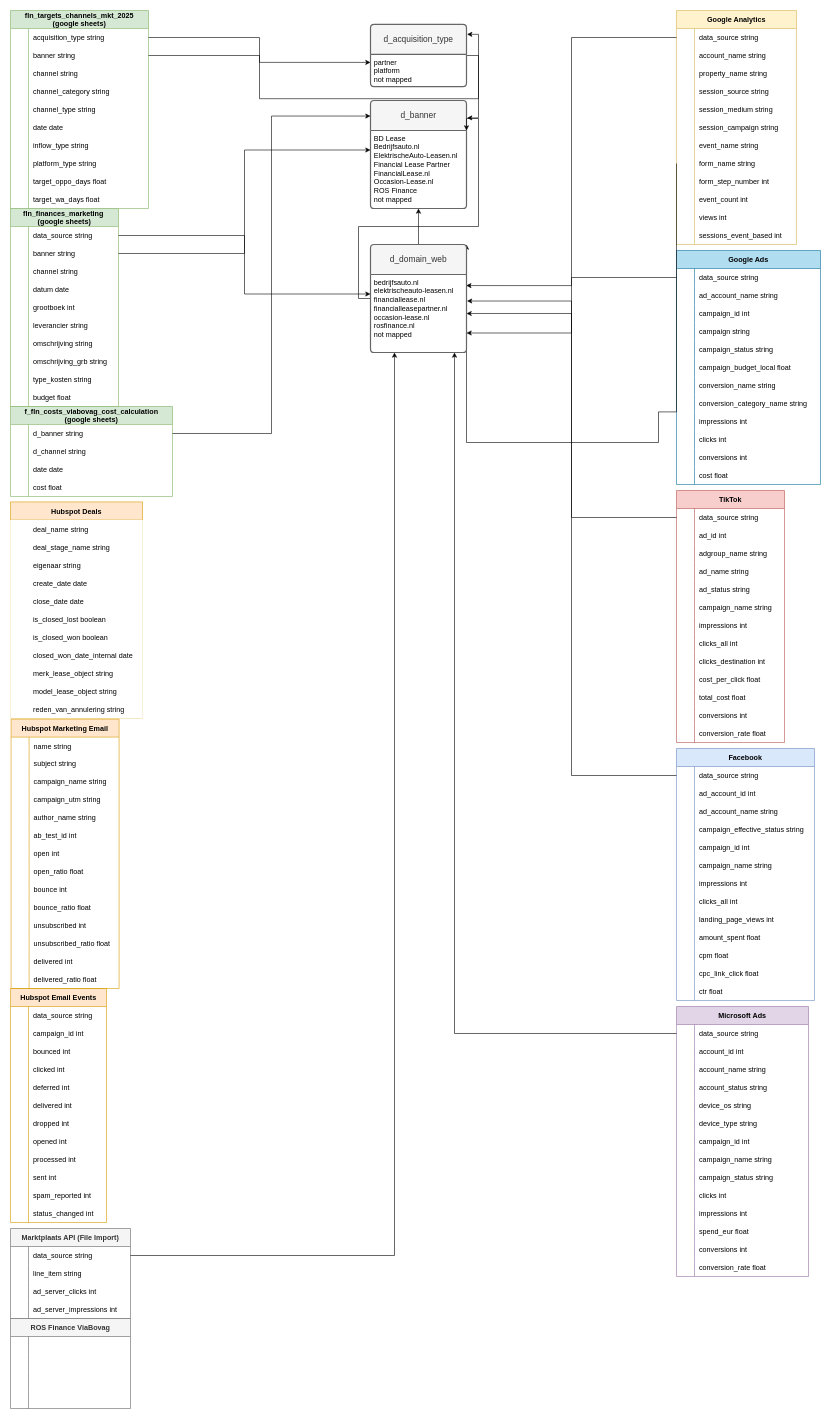
This is funnel_mapping.drawio from YveTDS/Draw_io, a draw.io file, before an edit. Source tidied: cells renumbered, new cells numbered last; positions are measured from the earlier drawing's top-left corner, leaving out a move shared by most shapes. Both pictures are drawn from the tidied source at 60%, with x=0, y=0 at pixel (10, 10).
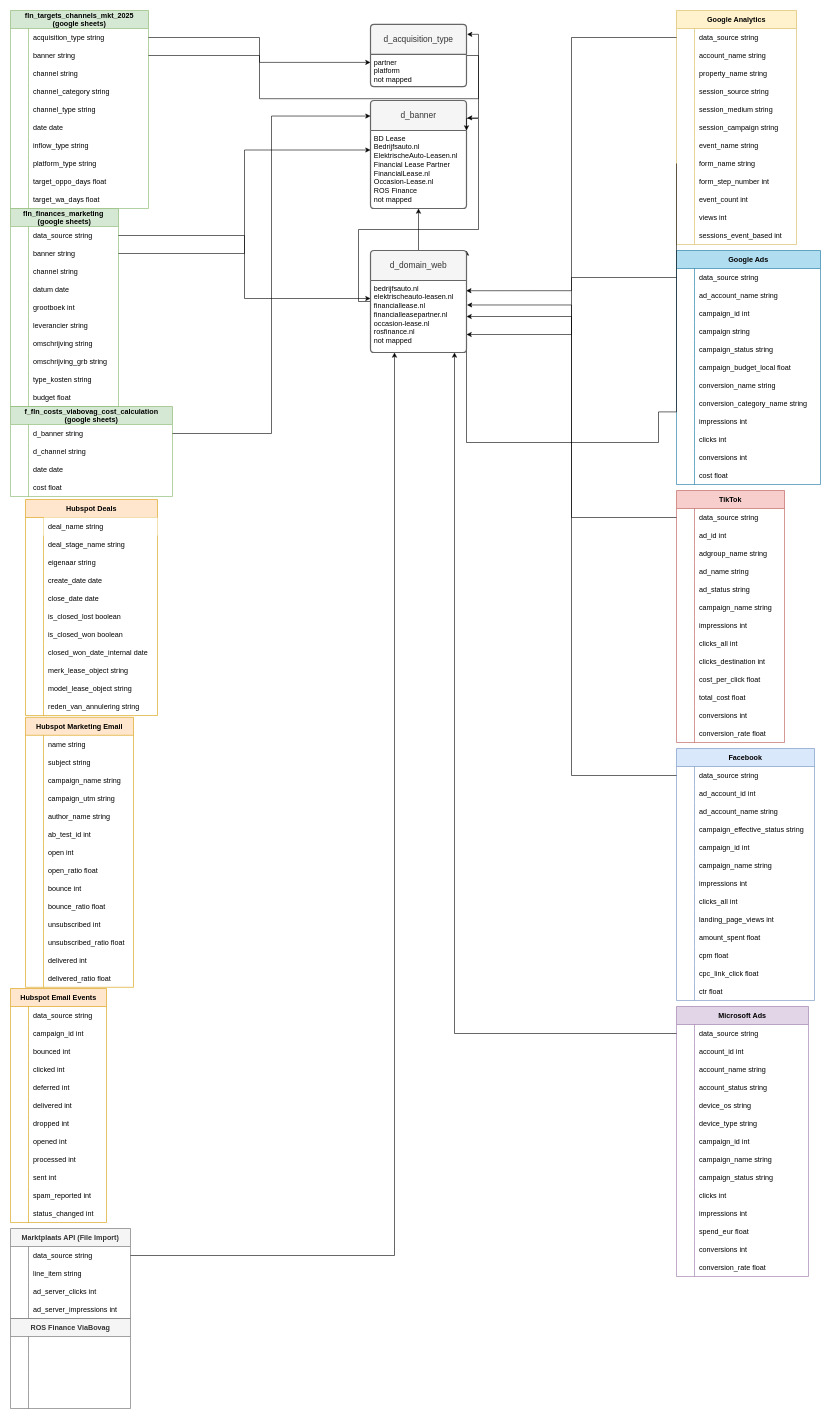
Above is the later version.

The edit, as a diff of the source:
```diff
@@
     <mxCell id="302" value="Hubspot Deals" style="shape=table;startSize=30;childLayout=tableLayout;rowLines=0;fontStyle=1;align=center;fillColor=#ffe6cc;strokeColor=#d79b00;" parent="1" vertex="1">
-      <mxGeometry y="819" width="220" height="360" as="geometry" />
+      <mxGeometry x="25" y="815" width="220" height="360" as="geometry" />
     </mxCell>
-    <mxCell id="303" style="shape=tableRow;horizontal=0;startSize=0;swimlaneHead=0;swimlaneBody=0;top=0;left=0;right=0;bottom=0;" parent="302" vertex="1">
+    <mxCell id="303" style="shape=tableRow;horizontal=0;startSize=0;swimlaneHead=0;swimlaneBody=0;fillColor=none;strokeColor=inherit;top=0;left=0;right=0;bottom=0;" parent="302" vertex="1">
       <mxGeometry y="30" width="220" height="30" as="geometry" />
     </mxCell>
-    <mxCell id="304" style="shape=partialRectangle;overflow=hidden;top=0;left=0;bottom=0;right=0;" parent="303" vertex="1">
+    <mxCell id="304" style="shape=partialRectangle;overflow=hidden;fillColor=none;strokeColor=inherit;top=0;left=0;bottom=0;right=0;" parent="303" vertex="1">
       <mxGeometry width="30" height="30" as="geometry" />
     </mxCell>
@@
-    <mxCell id="306" style="shape=tableRow;horizontal=0;startSize=0;swimlaneHead=0;swimlaneBody=0;top=0;left=0;right=0;bottom=0;" parent="302" vertex="1">
+    <mxCell id="306" style="shape=tableRow;horizontal=0;startSize=0;swimlaneHead=0;swimlaneBody=0;fillColor=none;strokeColor=inherit;top=0;left=0;right=0;bottom=0;" parent="302" vertex="1">
       <mxGeometry y="60" width="220" height="30" as="geometry" />
     </mxCell>
-    <mxCell id="307" style="shape=partialRectangle;overflow=hidden;top=0;left=0;bottom=0;right=0;" parent="306" vertex="1">
+    <mxCell id="307" style="shape=partialRectangle;overflow=hidden;fillColor=none;strokeColor=inherit;top=0;left=0;bottom=0;right=0;" parent="306" vertex="1">
       <mxGeometry width="30" height="30" as="geometry" />
     </mxCell>
-    <mxCell id="308" value="deal_stage_name string" style="shape=partialRectangle;overflow=hidden;align=left;top=0;left=0;bottom=0;right=0;spacingLeft=6;" parent="306" vertex="1">
+    <mxCell id="308" value="deal_stage_name string" style="shape=partialRectangle;overflow=hidden;fillColor=none;align=left;strokeColor=inherit;top=0;left=0;bottom=0;right=0;spacingLeft=6;" parent="306" vertex="1">
       <mxGeometry x="30" width="190" height="30" as="geometry" />
     </mxCell>
-    <mxCell id="309" style="shape=tableRow;horizontal=0;startSize=0;swimlaneHead=0;swimlaneBody=0;top=0;left=0;right=0;bottom=0;" parent="302" vertex="1">
+    <mxCell id="309" style="shape=tableRow;horizontal=0;startSize=0;swimlaneHead=0;swimlaneBody=0;fillColor=none;strokeColor=inherit;top=0;left=0;right=0;bottom=0;" parent="302" vertex="1">
       <mxGeometry y="90" width="220" height="30" as="geometry" />
     </mxCell>
-    <mxCell id="310" style="shape=partialRectangle;overflow=hidden;top=0;left=0;bottom=0;right=0;" parent="309" vertex="1">
+    <mxCell id="310" style="shape=partialRectangle;overflow=hidden;fillColor=none;strokeColor=inherit;top=0;left=0;bottom=0;right=0;" parent="309" vertex="1">
       <mxGeometry width="30" height="30" as="geometry" />
     </mxCell>
-    <mxCell id="311" value="eigenaar string" style="shape=partialRectangle;overflow=hidden;align=left;top=0;left=0;bottom=0;right=0;spacingLeft=6;" parent="309" vertex="1">
+    <mxCell id="311" value="eigenaar string" style="shape=partialRectangle;overflow=hidden;fillColor=none;align=left;strokeColor=inherit;top=0;left=0;bottom=0;right=0;spacingLeft=6;" parent="309" vertex="1">
       <mxGeometry x="30" width="190" height="30" as="geometry" />
     </mxCell>
-    <mxCell id="312" style="shape=tableRow;horizontal=0;startSize=0;swimlaneHead=0;swimlaneBody=0;top=0;left=0;right=0;bottom=0;" parent="302" vertex="1">
+    <mxCell id="312" style="shape=tableRow;horizontal=0;startSize=0;swimlaneHead=0;swimlaneBody=0;fillColor=none;strokeColor=inherit;top=0;left=0;right=0;bottom=0;" parent="302" vertex="1">
       <mxGeometry y="120" width="220" height="30" as="geometry" />
     </mxCell>
-    <mxCell id="313" style="shape=partialRectangle;overflow=hidden;top=0;left=0;bottom=0;right=0;" parent="312" vertex="1">
+    <mxCell id="313" style="shape=partialRectangle;overflow=hidden;fillColor=none;strokeColor=inherit;top=0;left=0;bottom=0;right=0;" parent="312" vertex="1">
       <mxGeometry width="30" height="30" as="geometry" />
     </mxCell>
-    <mxCell id="314" value="create_date date" style="shape=partialRectangle;overflow=hidden;align=left;top=0;left=0;bottom=0;right=0;spacingLeft=6;" parent="312" vertex="1">
+    <mxCell id="314" value="create_date date" style="shape=partialRectangle;overflow=hidden;fillColor=none;align=left;strokeColor=inherit;top=0;left=0;bottom=0;right=0;spacingLeft=6;" parent="312" vertex="1">
       <mxGeometry x="30" width="190" height="30" as="geometry" />
     </mxCell>
-    <mxCell id="315" style="shape=tableRow;horizontal=0;startSize=0;swimlaneHead=0;swimlaneBody=0;top=0;left=0;right=0;bottom=0;" parent="302" vertex="1">
+    <mxCell id="315" style="shape=tableRow;horizontal=0;startSize=0;swimlaneHead=0;swimlaneBody=0;fillColor=none;strokeColor=inherit;top=0;left=0;right=0;bottom=0;" parent="302" vertex="1">
       <mxGeometry y="150" width="220" height="30" as="geometry" />
     </mxCell>
-    <mxCell id="316" style="shape=partialRectangle;overflow=hidden;top=0;left=0;bottom=0;right=0;" parent="315" vertex="1">
+    <mxCell id="316" style="shape=partialRectangle;overflow=hidden;fillColor=none;strokeColor=inherit;top=0;left=0;bottom=0;right=0;" parent="315" vertex="1">
       <mxGeometry width="30" height="30" as="geometry" />
     </mxCell>
-    <mxCell id="317" value="close_date date" style="shape=partialRectangle;overflow=hidden;align=left;top=0;left=0;bottom=0;right=0;spacingLeft=6;" parent="315" vertex="1">
+    <mxCell id="317" value="close_date date" style="shape=partialRectangle;overflow=hidden;fillColor=none;align=left;strokeColor=inherit;top=0;left=0;bottom=0;right=0;spacingLeft=6;" parent="315" vertex="1">
       <mxGeometry x="30" width="190" height="30" as="geometry" />
     </mxCell>
-    <mxCell id="318" style="shape=tableRow;horizontal=0;startSize=0;swimlaneHead=0;swimlaneBody=0;top=0;left=0;right=0;bottom=0;" parent="302" vertex="1">
+    <mxCell id="318" style="shape=tableRow;horizontal=0;startSize=0;swimlaneHead=0;swimlaneBody=0;fillColor=none;strokeColor=inherit;top=0;left=0;right=0;bottom=0;" parent="302" vertex="1">
       <mxGeometry y="180" width="220" height="30" as="geometry" />
     </mxCell>
-    <mxCell id="319" style="shape=partialRectangle;overflow=hidden;top=0;left=0;bottom=0;right=0;" parent="318" vertex="1">
+    <mxCell id="319" style="shape=partialRectangle;overflow=hidden;fillColor=none;strokeColor=inherit;top=0;left=0;bottom=0;right=0;" parent="318" vertex="1">
       <mxGeometry width="30" height="30" as="geometry" />
     </mxCell>
-    <mxCell id="320" value="is_closed_lost boolean" style="shape=partialRectangle;overflow=hidden;align=left;top=0;left=0;bottom=0;right=0;spacingLeft=6;" parent="318" vertex="1">
+    <mxCell id="320" value="is_closed_lost boolean" style="shape=partialRectangle;overflow=hidden;fillColor=none;align=left;strokeColor=inherit;top=0;left=0;bottom=0;right=0;spacingLeft=6;" parent="318" vertex="1">
       <mxGeometry x="30" width="190" height="30" as="geometry" />
     </mxCell>
-    <mxCell id="321" style="shape=tableRow;horizontal=0;startSize=0;swimlaneHead=0;swimlaneBody=0;top=0;left=0;right=0;bottom=0;" parent="302" vertex="1">
+    <mxCell id="321" style="shape=tableRow;horizontal=0;startSize=0;swimlaneHead=0;swimlaneBody=0;fillColor=none;strokeColor=inherit;top=0;left=0;right=0;bottom=0;" parent="302" vertex="1">
       <mxGeometry y="210" width="220" height="30" as="geometry" />
     </mxCell>
-    <mxCell id="322" style="shape=partialRectangle;overflow=hidden;top=0;left=0;bottom=0;right=0;" parent="321" vertex="1">
+    <mxCell id="322" style="shape=partialRectangle;overflow=hidden;fillColor=none;strokeColor=inherit;top=0;left=0;bottom=0;right=0;" parent="321" vertex="1">
       <mxGeometry width="30" height="30" as="geometry" />
     </mxCell>
-    <mxCell id="323" value="is_closed_won boolean" style="shape=partialRectangle;overflow=hidden;align=left;top=0;left=0;bottom=0;right=0;spacingLeft=6;" parent="321" vertex="1">
+    <mxCell id="323" value="is_closed_won boolean" style="shape=partialRectangle;overflow=hidden;fillColor=none;align=left;strokeColor=inherit;top=0;left=0;bottom=0;right=0;spacingLeft=6;" parent="321" vertex="1">
       <mxGeometry x="30" width="190" height="30" as="geometry" />
     </mxCell>
-    <mxCell id="324" style="shape=tableRow;horizontal=0;startSize=0;swimlaneHead=0;swimlaneBody=0;top=0;left=0;right=0;bottom=0;" parent="302" vertex="1">
+    <mxCell id="324" style="shape=tableRow;horizontal=0;startSize=0;swimlaneHead=0;swimlaneBody=0;fillColor=none;strokeColor=inherit;top=0;left=0;right=0;bottom=0;" parent="302" vertex="1">
       <mxGeometry y="240" width="220" height="30" as="geometry" />
     </mxCell>
-    <mxCell id="325" style="shape=partialRectangle;overflow=hidden;top=0;left=0;bottom=0;right=0;" parent="324" vertex="1">
+    <mxCell id="325" style="shape=partialRectangle;overflow=hidden;fillColor=none;strokeColor=inherit;top=0;left=0;bottom=0;right=0;" parent="324" vertex="1">
       <mxGeometry width="30" height="30" as="geometry" />
     </mxCell>
-    <mxCell id="326" value="closed_won_date_internal date" style="shape=partialRectangle;overflow=hidden;align=left;top=0;left=0;bottom=0;right=0;spacingLeft=6;" parent="324" vertex="1">
+    <mxCell id="326" value="closed_won_date_internal date" style="shape=partialRectangle;overflow=hidden;fillColor=none;align=left;strokeColor=inherit;top=0;left=0;bottom=0;right=0;spacingLeft=6;" parent="324" vertex="1">
       <mxGeometry x="30" width="190" height="30" as="geometry" />
     </mxCell>
-    <mxCell id="327" style="shape=tableRow;horizontal=0;startSize=0;swimlaneHead=0;swimlaneBody=0;top=0;left=0;right=0;bottom=0;" parent="302" vertex="1">
+    <mxCell id="327" style="shape=tableRow;horizontal=0;startSize=0;swimlaneHead=0;swimlaneBody=0;fillColor=none;strokeColor=inherit;top=0;left=0;right=0;bottom=0;" parent="302" vertex="1">
       <mxGeometry y="270" width="220" height="30" as="geometry" />
     </mxCell>
-    <mxCell id="328" style="shape=partialRectangle;overflow=hidden;top=0;left=0;bottom=0;right=0;" parent="327" vertex="1">
+    <mxCell id="328" style="shape=partialRectangle;overflow=hidden;fillColor=none;strokeColor=inherit;top=0;left=0;bottom=0;right=0;" parent="327" vertex="1">
       <mxGeometry width="30" height="30" as="geometry" />
     </mxCell>
-    <mxCell id="329" value="merk_lease_object string" style="shape=partialRectangle;overflow=hidden;align=left;top=0;left=0;bottom=0;right=0;spacingLeft=6;" parent="327" vertex="1">
+    <mxCell id="329" value="merk_lease_object string" style="shape=partialRectangle;overflow=hidden;fillColor=none;align=left;strokeColor=inherit;top=0;left=0;bottom=0;right=0;spacingLeft=6;" parent="327" vertex="1">
       <mxGeometry x="30" width="190" height="30" as="geometry" />
     </mxCell>
-    <mxCell id="330" style="shape=tableRow;horizontal=0;startSize=0;swimlaneHead=0;swimlaneBody=0;top=0;left=0;right=0;bottom=0;" parent="302" vertex="1">
+    <mxCell id="330" style="shape=tableRow;horizontal=0;startSize=0;swimlaneHead=0;swimlaneBody=0;fillColor=none;strokeColor=inherit;top=0;left=0;right=0;bottom=0;" parent="302" vertex="1">
       <mxGeometry y="300" width="220" height="30" as="geometry" />
     </mxCell>
-    <mxCell id="331" style="shape=partialRectangle;overflow=hidden;top=0;left=0;bottom=0;right=0;" parent="330" vertex="1">
+    <mxCell id="331" style="shape=partialRectangle;overflow=hidden;fillColor=none;strokeColor=inherit;top=0;left=0;bottom=0;right=0;" parent="330" vertex="1">
       <mxGeometry width="30" height="30" as="geometry" />
     </mxCell>
-    <mxCell id="332" value="model_lease_object string" style="shape=partialRectangle;overflow=hidden;align=left;top=0;left=0;bottom=0;right=0;spacingLeft=6;" parent="330" vertex="1">
+    <mxCell id="332" value="model_lease_object string" style="shape=partialRectangle;overflow=hidden;fillColor=none;align=left;strokeColor=inherit;top=0;left=0;bottom=0;right=0;spacingLeft=6;" parent="330" vertex="1">
       <mxGeometry x="30" width="190" height="30" as="geometry" />
     </mxCell>
-    <mxCell id="333" style="shape=tableRow;horizontal=0;startSize=0;swimlaneHead=0;swimlaneBody=0;top=0;left=0;right=0;bottom=0;" parent="302" vertex="1">
+    <mxCell id="333" style="shape=tableRow;horizontal=0;startSize=0;swimlaneHead=0;swimlaneBody=0;fillColor=none;strokeColor=inherit;top=0;left=0;right=0;bottom=0;" parent="302" vertex="1">
       <mxGeometry y="330" width="220" height="30" as="geometry" />
     </mxCell>
-    <mxCell id="334" style="shape=partialRectangle;overflow=hidden;top=0;left=0;bottom=0;right=0;" parent="333" vertex="1">
+    <mxCell id="334" style="shape=partialRectangle;overflow=hidden;fillColor=none;strokeColor=inherit;top=0;left=0;bottom=0;right=0;" parent="333" vertex="1">
       <mxGeometry width="30" height="30" as="geometry" />
     </mxCell>
-    <mxCell id="335" value="reden_van_annulering string" style="shape=partialRectangle;overflow=hidden;align=left;top=0;left=0;bottom=0;right=0;spacingLeft=6;" parent="333" vertex="1">
+    <mxCell id="335" value="reden_van_annulering string" style="shape=partialRectangle;overflow=hidden;fillColor=none;align=left;strokeColor=inherit;top=0;left=0;bottom=0;right=0;spacingLeft=6;" parent="333" vertex="1">
       <mxGeometry x="30" width="190" height="30" as="geometry" />
     </mxCell>
@@
     <mxCell id="373" value="Hubspot Marketing Email" style="shape=table;startSize=30;childLayout=tableLayout;rowLines=0;fontStyle=1;align=center;fillColor=#ffe6cc;strokeColor=#d79b00;" parent="1" vertex="1">
-      <mxGeometry x="1" y="1181" width="180" height="449" as="geometry" />
+      <mxGeometry x="25" y="1178" width="180" height="450" as="geometry" />
     </mxCell>
     <mxCell id="374" style="shape=tableRow;horizontal=0;startSize=0;swimlaneHead=0;swimlaneBody=0;fillColor=none;strokeColor=inherit;top=0;left=0;right=0;bottom=0;" parent="373" vertex="1">
-      <mxGeometry y="30" width="180" height="29" as="geometry" />
+      <mxGeometry y="30" width="180" height="30" as="geometry" />
     </mxCell>
     <mxCell id="375" style="shape=partialRectangle;overflow=hidden;fillColor=none;strokeColor=inherit;top=0;left=0;bottom=0;right=0;" parent="374" vertex="1">
-      <mxGeometry width="30" height="29" as="geometry" />
+      <mxGeometry width="30" height="30" as="geometry" />
     </mxCell>
     <mxCell id="376" value="name string" style="shape=partialRectangle;overflow=hidden;fillColor=none;align=left;strokeColor=inherit;top=0;left=0;bottom=0;right=0;spacingLeft=6;" parent="374" vertex="1">
-      <mxGeometry x="30" width="150" height="29" as="geometry" />
+      <mxGeometry x="30" width="150" height="30" as="geometry" />
     </mxCell>
     <mxCell id="377" style="shape=tableRow;horizontal=0;startSize=0;swimlaneHead=0;swimlaneBody=0;fillColor=none;strokeColor=inherit;top=0;left=0;right=0;bottom=0;" parent="373" vertex="1">
-      <mxGeometry y="59" width="180" height="30" as="geometry" />
+      <mxGeometry y="60" width="180" height="30" as="geometry" />
     </mxCell>
@@
     <mxCell id="380" style="shape=tableRow;horizontal=0;startSize=0;swimlaneHead=0;swimlaneBody=0;fillColor=none;strokeColor=inherit;top=0;left=0;right=0;bottom=0;" parent="373" vertex="1">
-      <mxGeometry y="89" width="180" height="30" as="geometry" />
+      <mxGeometry y="90" width="180" height="30" as="geometry" />
     </mxCell>
@@
     <mxCell id="383" style="shape=tableRow;horizontal=0;startSize=0;swimlaneHead=0;swimlaneBody=0;fillColor=none;strokeColor=inherit;top=0;left=0;right=0;bottom=0;" parent="373" vertex="1">
-      <mxGeometry y="119" width="180" height="30" as="geometry" />
+      <mxGeometry y="120" width="180" height="30" as="geometry" />
     </mxCell>
@@
     <mxCell id="386" style="shape=tableRow;horizontal=0;startSize=0;swimlaneHead=0;swimlaneBody=0;fillColor=none;strokeColor=inherit;top=0;left=0;right=0;bottom=0;" parent="373" vertex="1">
-      <mxGeometry y="149" width="180" height="30" as="geometry" />
+      <mxGeometry y="150" width="180" height="30" as="geometry" />
     </mxCell>
@@
     <mxCell id="389" style="shape=tableRow;horizontal=0;startSize=0;swimlaneHead=0;swimlaneBody=0;fillColor=none;strokeColor=inherit;top=0;left=0;right=0;bottom=0;" parent="373" vertex="1">
-      <mxGeometry y="179" width="180" height="30" as="geometry" />
+      <mxGeometry y="180" width="180" height="30" as="geometry" />
     </mxCell>
@@
     <mxCell id="392" style="shape=tableRow;horizontal=0;startSize=0;swimlaneHead=0;swimlaneBody=0;fillColor=none;strokeColor=inherit;top=0;left=0;right=0;bottom=0;" parent="373" vertex="1">
-      <mxGeometry y="209" width="180" height="30" as="geometry" />
+      <mxGeometry y="210" width="180" height="30" as="geometry" />
     </mxCell>
@@
     <mxCell id="395" style="shape=tableRow;horizontal=0;startSize=0;swimlaneHead=0;swimlaneBody=0;fillColor=none;strokeColor=inherit;top=0;left=0;right=0;bottom=0;" parent="373" vertex="1">
-      <mxGeometry y="239" width="180" height="30" as="geometry" />
+      <mxGeometry y="240" width="180" height="30" as="geometry" />
     </mxCell>
@@
     <mxCell id="398" style="shape=tableRow;horizontal=0;startSize=0;swimlaneHead=0;swimlaneBody=0;fillColor=none;strokeColor=inherit;top=0;left=0;right=0;bottom=0;" parent="373" vertex="1">
-      <mxGeometry y="269" width="180" height="30" as="geometry" />
+      <mxGeometry y="270" width="180" height="30" as="geometry" />
     </mxCell>
@@
     <mxCell id="401" style="shape=tableRow;horizontal=0;startSize=0;swimlaneHead=0;swimlaneBody=0;fillColor=none;strokeColor=inherit;top=0;left=0;right=0;bottom=0;" parent="373" vertex="1">
-      <mxGeometry y="299" width="180" height="30" as="geometry" />
+      <mxGeometry y="300" width="180" height="30" as="geometry" />
     </mxCell>
@@
     <mxCell id="404" style="shape=tableRow;horizontal=0;startSize=0;swimlaneHead=0;swimlaneBody=0;fillColor=none;strokeColor=inherit;top=0;left=0;right=0;bottom=0;" parent="373" vertex="1">
-      <mxGeometry y="329" width="180" height="30" as="geometry" />
+      <mxGeometry y="330" width="180" height="30" as="geometry" />
     </mxCell>
@@
     <mxCell id="407" style="shape=tableRow;horizontal=0;startSize=0;swimlaneHead=0;swimlaneBody=0;fillColor=none;strokeColor=inherit;top=0;left=0;right=0;bottom=0;" parent="373" vertex="1">
-      <mxGeometry y="359" width="180" height="30" as="geometry" />
+      <mxGeometry y="360" width="180" height="30" as="geometry" />
     </mxCell>
@@
     <mxCell id="410" style="shape=tableRow;horizontal=0;startSize=0;swimlaneHead=0;swimlaneBody=0;fillColor=none;strokeColor=inherit;top=0;left=0;right=0;bottom=0;" parent="373" vertex="1">
-      <mxGeometry y="389" width="180" height="30" as="geometry" />
+      <mxGeometry y="390" width="180" height="30" as="geometry" />
     </mxCell>
@@
     <mxCell id="413" style="shape=tableRow;horizontal=0;startSize=0;swimlaneHead=0;swimlaneBody=0;fillColor=none;strokeColor=inherit;top=0;left=0;right=0;bottom=0;" parent="373" vertex="1">
-      <mxGeometry y="419" width="180" height="30" as="geometry" />
+      <mxGeometry y="420" width="180" height="30" as="geometry" />
     </mxCell>
@@
     <mxCell id="420" value="d_domain_web" style="swimlane;horizontal=1;startSize=50;rounded=1;fontSize=14;fontStyle=0;strokeWidth=2;shadow=0;dashed=0;align=center;arcSize=4;whiteSpace=wrap;html=1;fillColor=#f5f5f5;fontColor=#333333;strokeColor=#666666;" parent="1" vertex="1">
-      <mxGeometry x="600" y="390" width="160" height="180" as="geometry" />
+      <mxGeometry x="600" y="400" width="160" height="170" as="geometry" />
     </mxCell>
     <mxCell id="421" value="bedrijfsauto.nl&lt;div&gt;elektrischeauto-leasen.nl&lt;/div&gt;&lt;div&gt;financiallease.nl&lt;/div&gt;&lt;div&gt;financialleasepartner.nl&lt;/div&gt;&lt;div&gt;occasion-lease.nl&lt;/div&gt;&lt;div&gt;rosfinance.nl&lt;/div&gt;&lt;div&gt;not mapped&lt;/div&gt;" style="align=left;strokeColor=none;fillColor=none;spacingLeft=4;spacingRight=4;fontSize=12;verticalAlign=top;html=1;whiteSpace=wrap;" parent="420" vertex="1">
-      <mxGeometry y="50" width="160" height="130" as="geometry" />
+      <mxGeometry y="50" width="160" height="120" as="geometry" />
     </mxCell>
```
